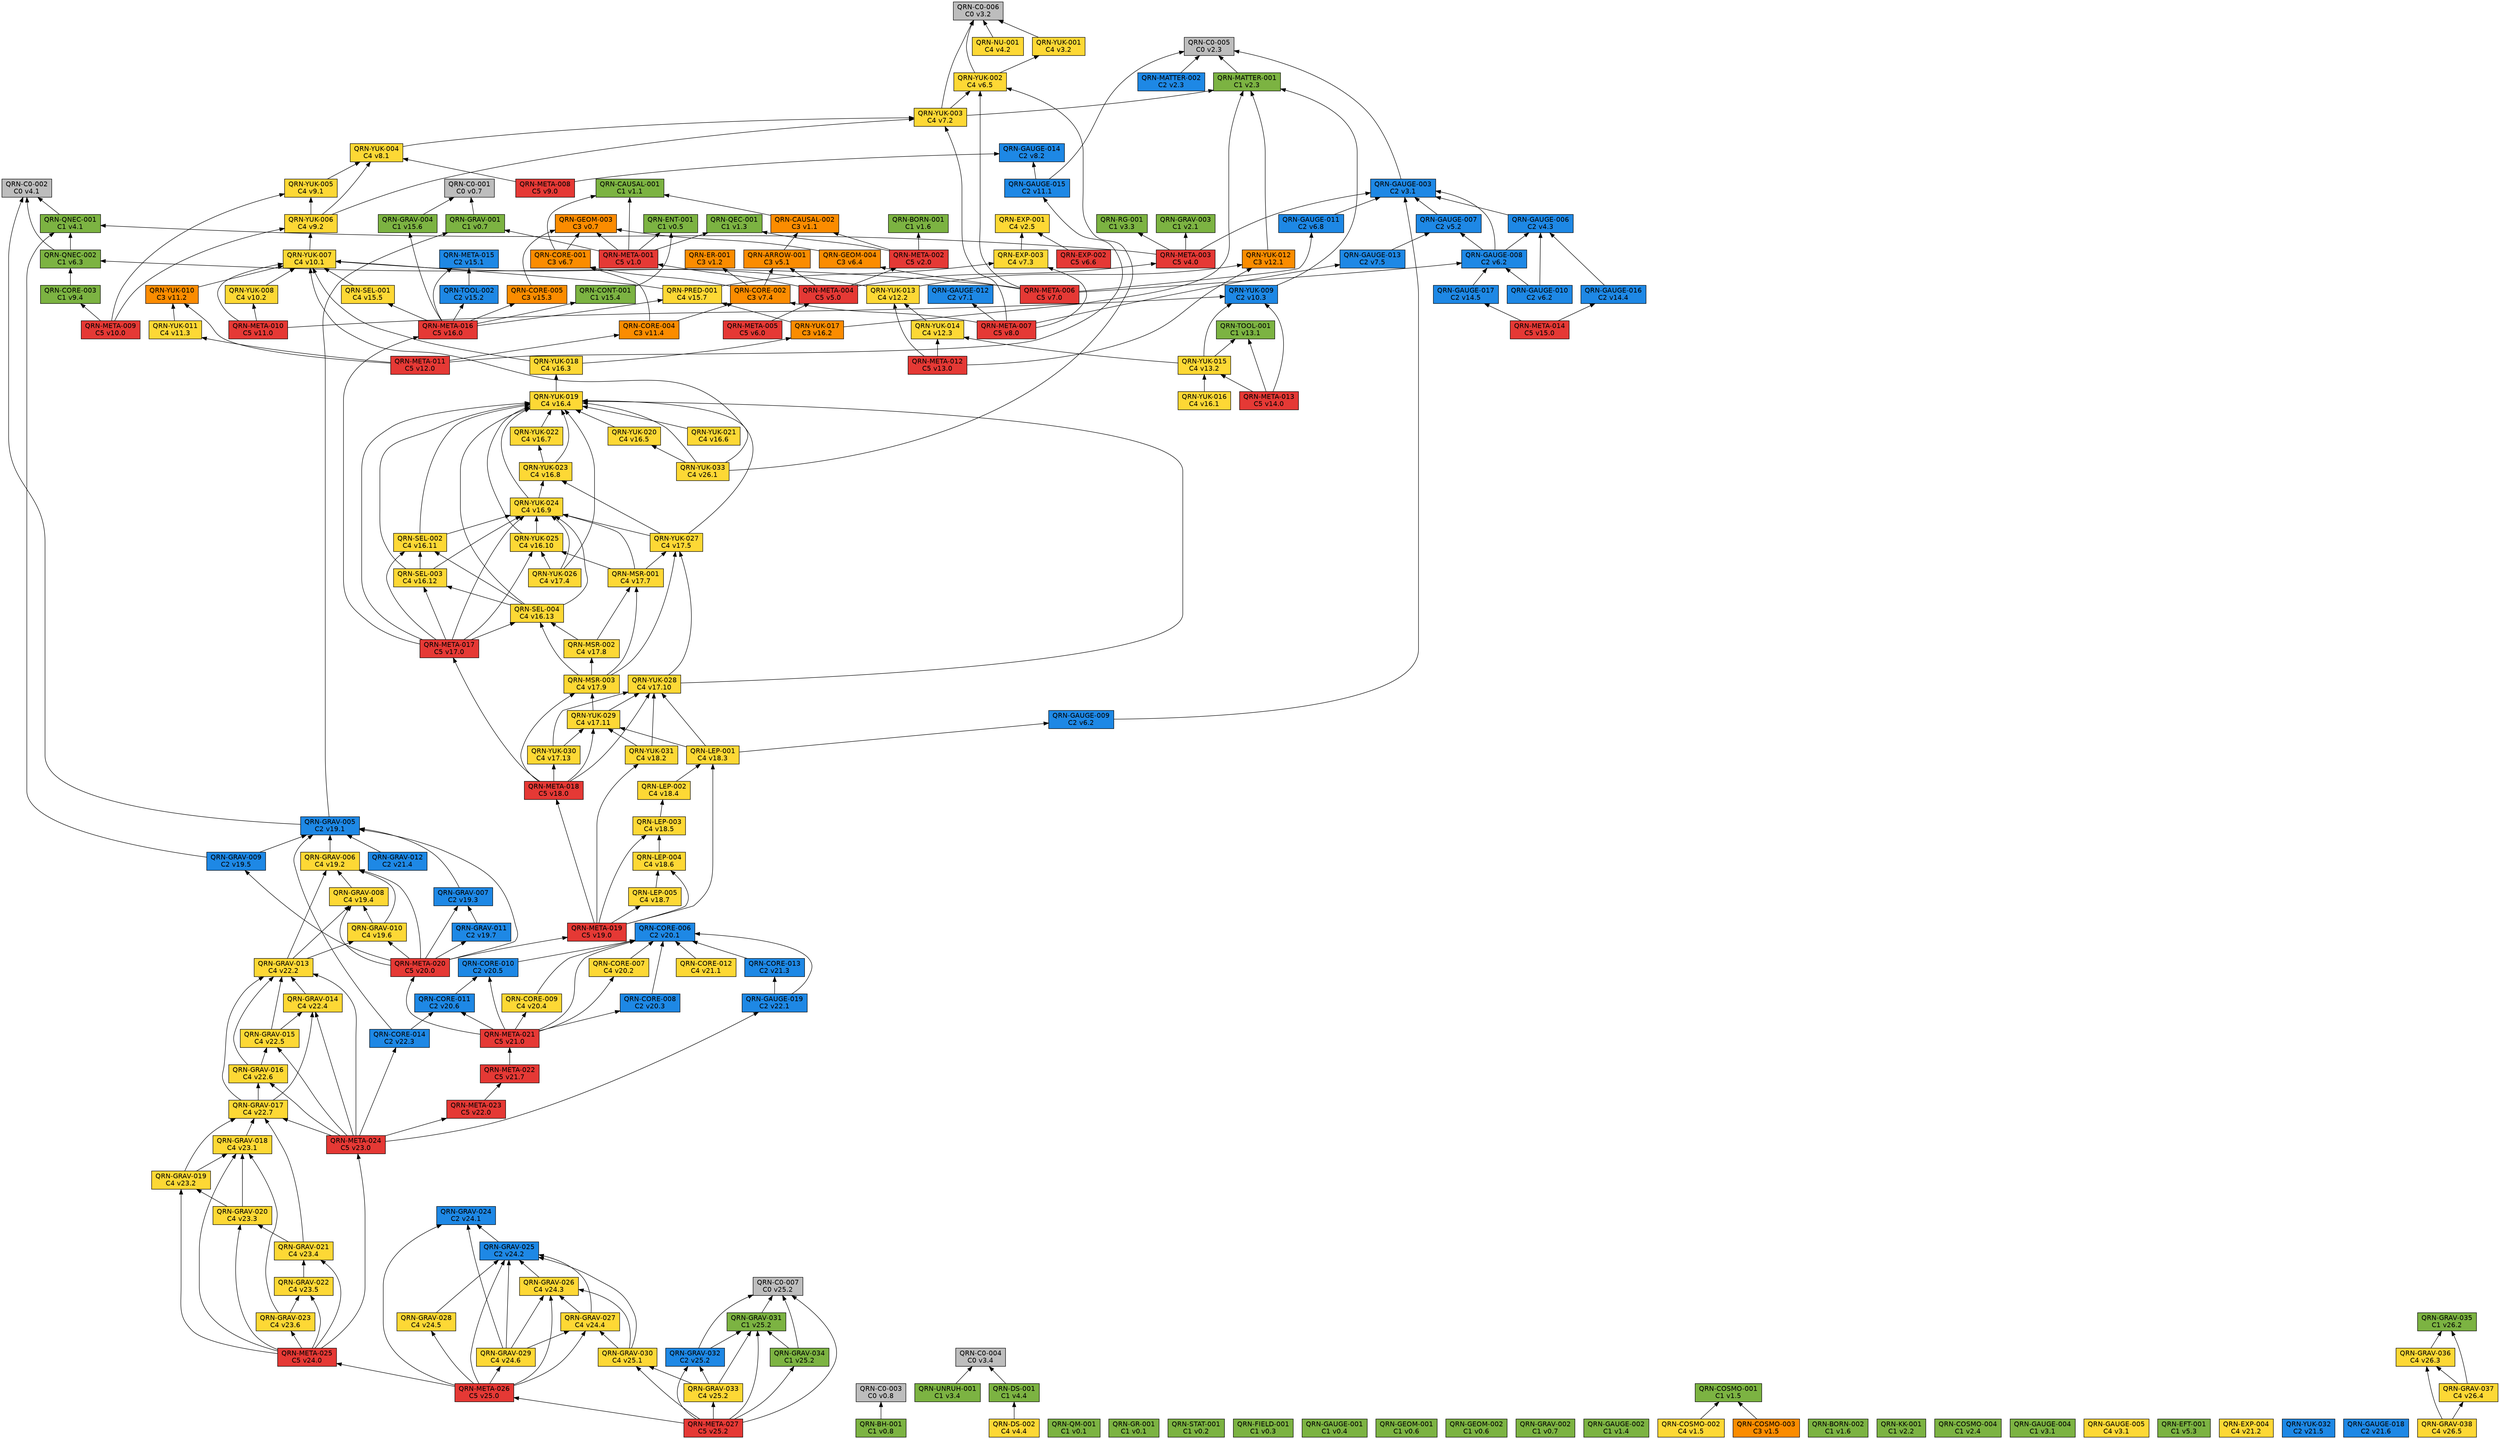
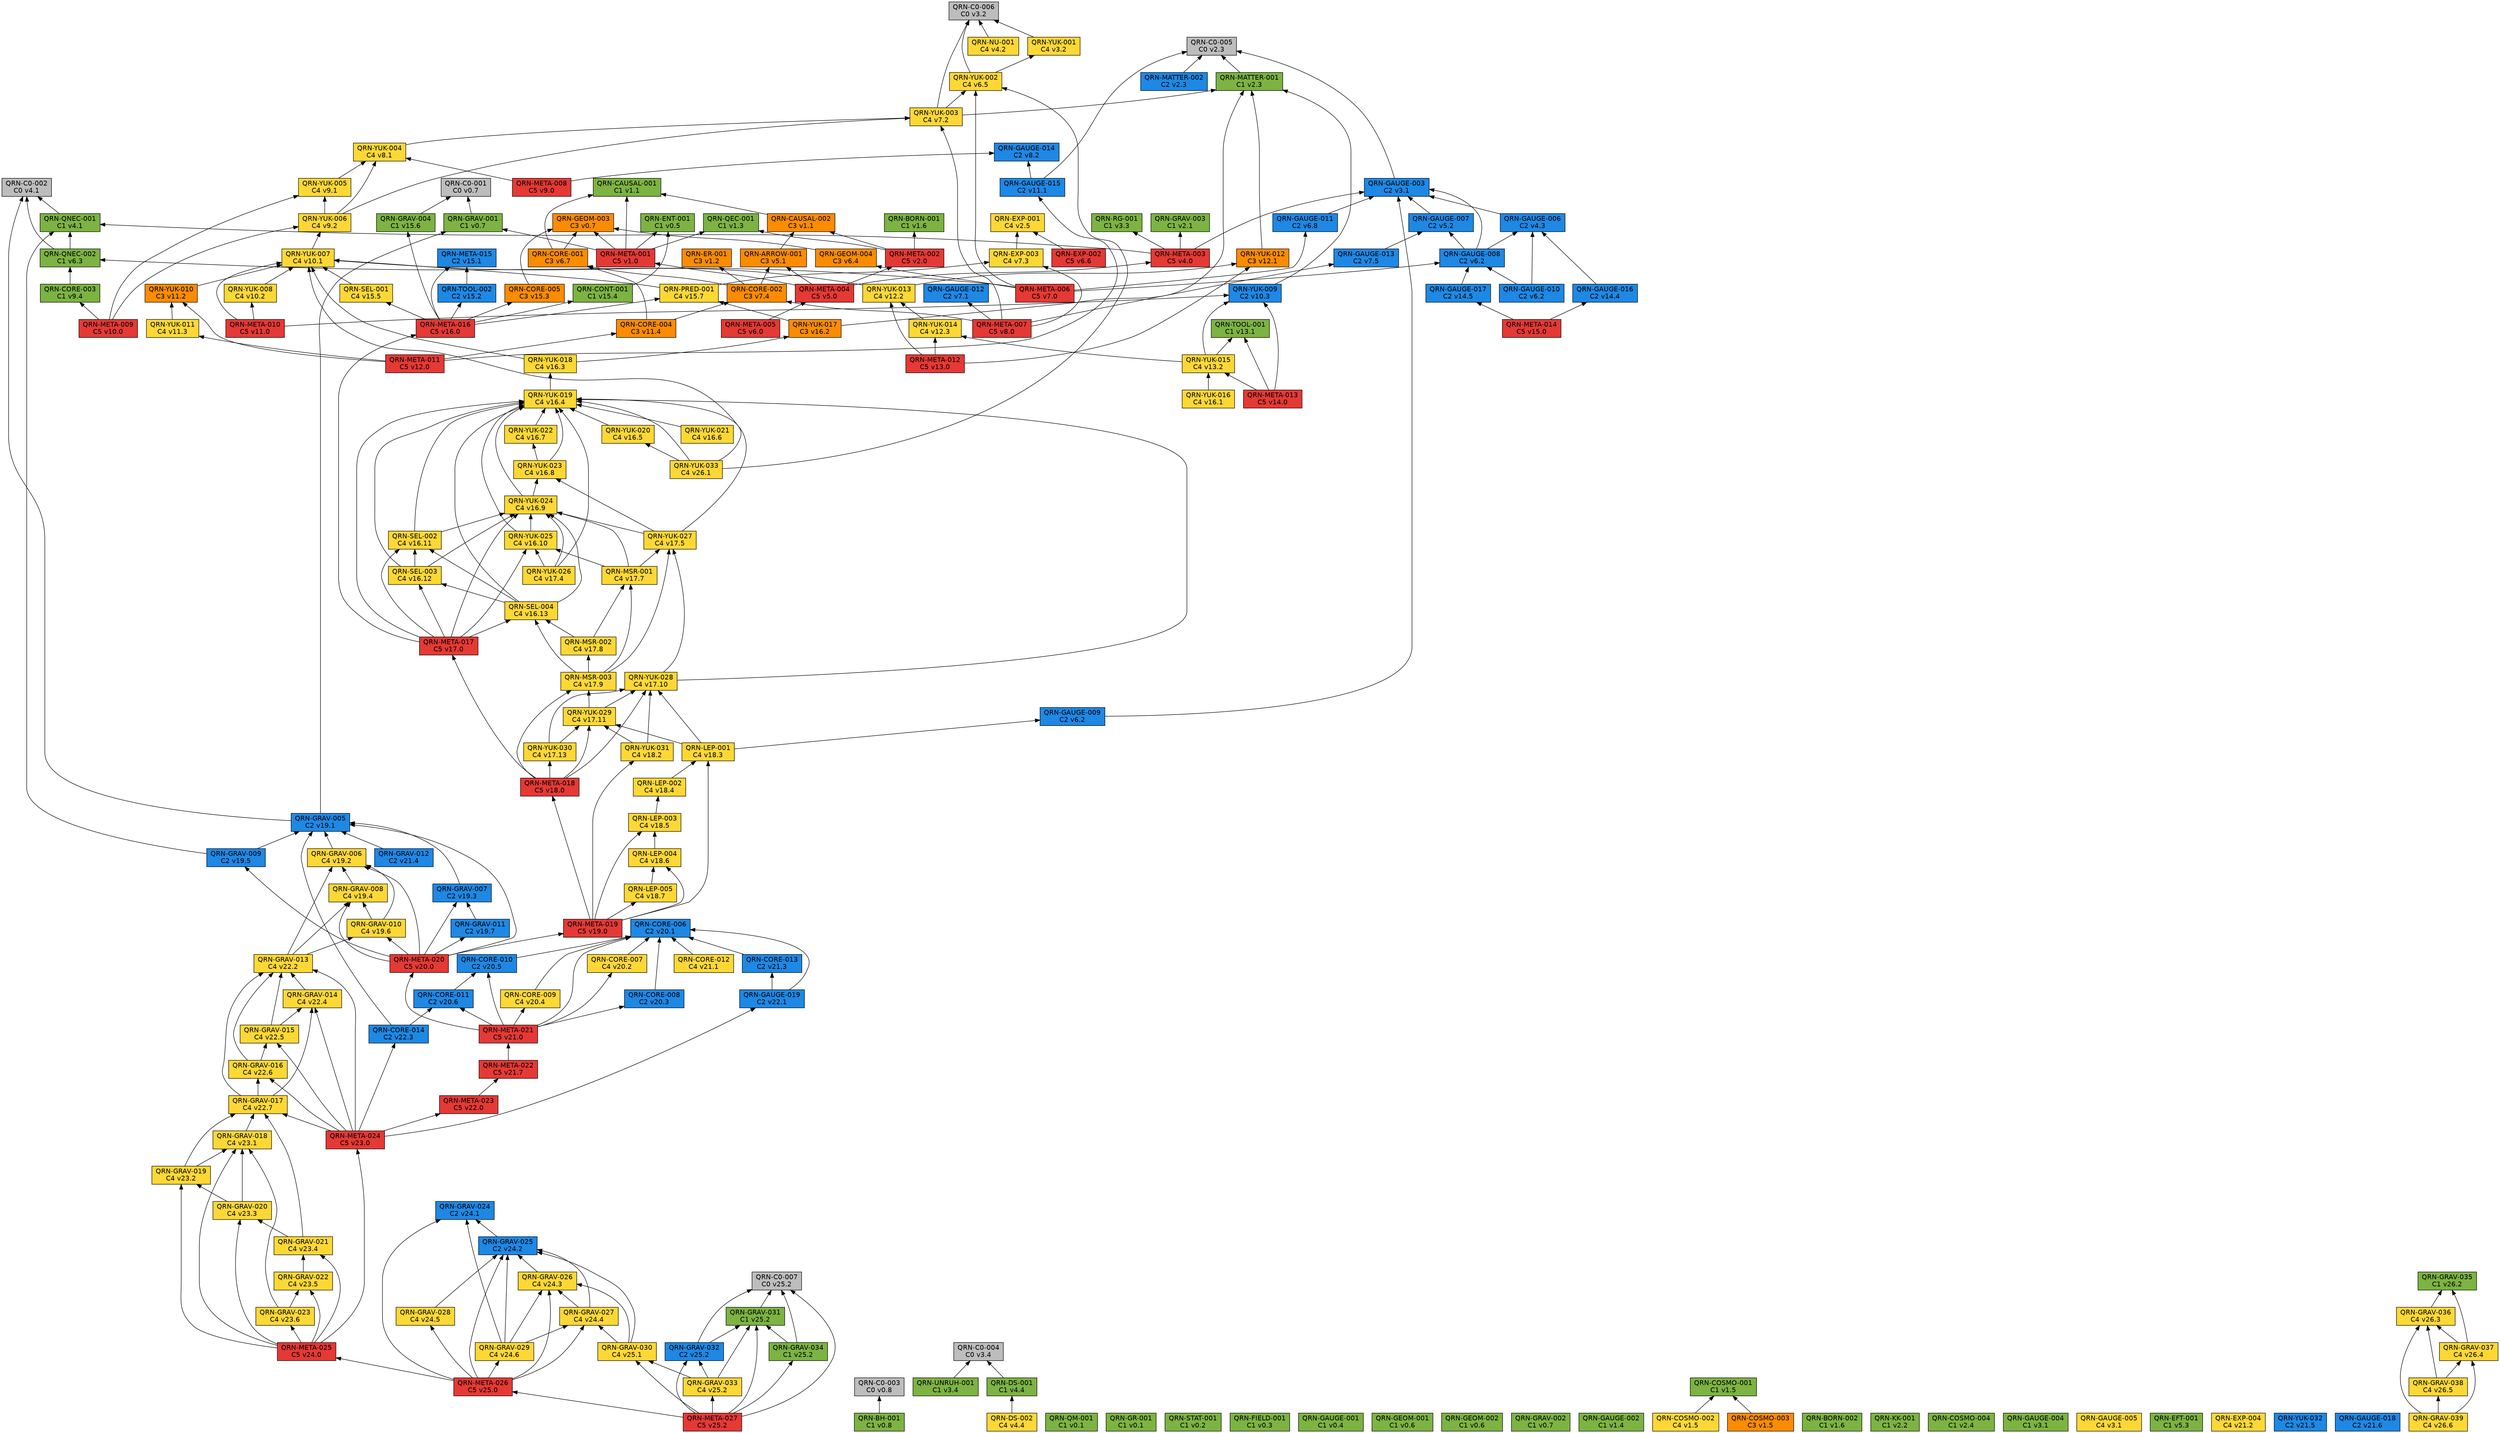
// 自動生成 (dag/report.pl) — QRN 主張依存グラフ
digraph qrn {
  rankdir=BT;
  node [shape=box, style=filled, fontname="Helvetica"];
  "QRN-C0-001" [fillcolor="#bdbdbd", label="QRN-C0-001\nC0 v0.7"];
  "QRN-C0-002" [fillcolor="#bdbdbd", label="QRN-C0-002\nC0 v4.1"];
  "QRN-C0-003" [fillcolor="#bdbdbd", label="QRN-C0-003\nC0 v0.8"];
  "QRN-C0-004" [fillcolor="#bdbdbd", label="QRN-C0-004\nC0 v3.4"];
  "QRN-C0-005" [fillcolor="#bdbdbd", label="QRN-C0-005\nC0 v2.3"];
  "QRN-C0-006" [fillcolor="#bdbdbd", label="QRN-C0-006\nC0 v3.2"];
  "QRN-QM-001" [fillcolor="#7cb342", label="QRN-QM-001\nC1 v0.1"];
  "QRN-GR-001" [fillcolor="#7cb342", label="QRN-GR-001\nC1 v0.1"];
  "QRN-STAT-001" [fillcolor="#7cb342", label="QRN-STAT-001\nC1 v0.2"];
  "QRN-FIELD-001" [fillcolor="#7cb342", label="QRN-FIELD-001\nC1 v0.3"];
  "QRN-GAUGE-001" [fillcolor="#7cb342", label="QRN-GAUGE-001\nC1 v0.4"];
  "QRN-ENT-001" [fillcolor="#7cb342", label="QRN-ENT-001\nC1 v0.5"];
  "QRN-GEOM-001" [fillcolor="#7cb342", label="QRN-GEOM-001\nC1 v0.6"];
  "QRN-GEOM-002" [fillcolor="#7cb342", label="QRN-GEOM-002\nC1 v0.6"];
  "QRN-GEOM-003" [fillcolor="#fb8c00", label="QRN-GEOM-003\nC3 v0.7"];
  "QRN-GRAV-001" [fillcolor="#7cb342", label="QRN-GRAV-001\nC1 v0.7"];
  "QRN-GRAV-002" [fillcolor="#7cb342", label="QRN-GRAV-002\nC1 v0.7"];
  "QRN-BH-001" [fillcolor="#7cb342", label="QRN-BH-001\nC1 v0.8"];
  "QRN-CAUSAL-001" [fillcolor="#7cb342", label="QRN-CAUSAL-001\nC1 v1.1"];
  "QRN-CAUSAL-002" [fillcolor="#fb8c00", label="QRN-CAUSAL-002\nC3 v1.1"];
  "QRN-ER-001" [fillcolor="#fb8c00", label="QRN-ER-001\nC3 v1.2"];
  "QRN-QEC-001" [fillcolor="#7cb342", label="QRN-QEC-001\nC1 v1.3"];
  "QRN-GAUGE-002" [fillcolor="#7cb342", label="QRN-GAUGE-002\nC1 v1.4"];
  "QRN-COSMO-001" [fillcolor="#7cb342", label="QRN-COSMO-001\nC1 v1.5"];
  "QRN-COSMO-002" [fillcolor="#fdd835", label="QRN-COSMO-002\nC4 v1.5"];
  "QRN-COSMO-003" [fillcolor="#fb8c00", label="QRN-COSMO-003\nC3 v1.5"];
  "QRN-BORN-001" [fillcolor="#7cb342", label="QRN-BORN-001\nC1 v1.6"];
  "QRN-BORN-002" [fillcolor="#7cb342", label="QRN-BORN-002\nC1 v1.6"];
  "QRN-GRAV-003" [fillcolor="#7cb342", label="QRN-GRAV-003\nC1 v2.1"];
  "QRN-KK-001" [fillcolor="#7cb342", label="QRN-KK-001\nC1 v2.2"];
  "QRN-MATTER-001" [fillcolor="#7cb342", label="QRN-MATTER-001\nC1 v2.3"];
  "QRN-MATTER-002" [fillcolor="#1e88e5", label="QRN-MATTER-002\nC2 v2.3"];
  "QRN-COSMO-004" [fillcolor="#7cb342", label="QRN-COSMO-004\nC1 v2.4"];
  "QRN-EXP-001" [fillcolor="#fdd835", label="QRN-EXP-001\nC4 v2.5"];
  "QRN-GAUGE-003" [fillcolor="#1e88e5", label="QRN-GAUGE-003\nC2 v3.1"];
  "QRN-GAUGE-004" [fillcolor="#7cb342", label="QRN-GAUGE-004\nC1 v3.1"];
  "QRN-GAUGE-005" [fillcolor="#fdd835", label="QRN-GAUGE-005\nC4 v3.1"];
  "QRN-YUK-001" [fillcolor="#fdd835", label="QRN-YUK-001\nC4 v3.2"];
  "QRN-RG-001" [fillcolor="#7cb342", label="QRN-RG-001\nC1 v3.3"];
  "QRN-UNRUH-001" [fillcolor="#7cb342", label="QRN-UNRUH-001\nC1 v3.4"];
  "QRN-QNEC-001" [fillcolor="#7cb342", label="QRN-QNEC-001\nC1 v4.1"];
  "QRN-NU-001" [fillcolor="#fdd835", label="QRN-NU-001\nC4 v4.2"];
  "QRN-GAUGE-006" [fillcolor="#1e88e5", label="QRN-GAUGE-006\nC2 v4.3"];
  "QRN-DS-001" [fillcolor="#7cb342", label="QRN-DS-001\nC1 v4.4"];
  "QRN-DS-002" [fillcolor="#fdd835", label="QRN-DS-002\nC4 v4.4"];
  "QRN-ARROW-001" [fillcolor="#fb8c00", label="QRN-ARROW-001\nC3 v5.1"];
  "QRN-GAUGE-007" [fillcolor="#1e88e5", label="QRN-GAUGE-007\nC2 v5.2"];
  "QRN-EFT-001" [fillcolor="#7cb342", label="QRN-EFT-001\nC1 v5.3"];
  "QRN-GAUGE-008" [fillcolor="#1e88e5", label="QRN-GAUGE-008\nC2 v6.2"];
  "QRN-GAUGE-009" [fillcolor="#1e88e5", label="QRN-GAUGE-009\nC2 v6.2"];
  "QRN-GAUGE-010" [fillcolor="#1e88e5", label="QRN-GAUGE-010\nC2 v6.2"];
  "QRN-QNEC-002" [fillcolor="#7cb342", label="QRN-QNEC-002\nC1 v6.3"];
  "QRN-GEOM-004" [fillcolor="#fb8c00", label="QRN-GEOM-004\nC3 v6.4"];
  "QRN-YUK-002" [fillcolor="#fdd835", label="QRN-YUK-002\nC4 v6.5"];
  "QRN-EXP-002" [fillcolor="#e53935", label="QRN-EXP-002\nC5 v6.6"];
  "QRN-CORE-001" [fillcolor="#fb8c00", label="QRN-CORE-001\nC3 v6.7"];
  "QRN-GAUGE-011" [fillcolor="#1e88e5", label="QRN-GAUGE-011\nC2 v6.8"];
  "QRN-GAUGE-012" [fillcolor="#1e88e5", label="QRN-GAUGE-012\nC2 v7.1"];
  "QRN-YUK-003" [fillcolor="#fdd835", label="QRN-YUK-003\nC4 v7.2"];
  "QRN-EXP-003" [fillcolor="#fdd835", label="QRN-EXP-003\nC4 v7.3"];
  "QRN-CORE-002" [fillcolor="#fb8c00", label="QRN-CORE-002\nC3 v7.4"];
  "QRN-GAUGE-013" [fillcolor="#1e88e5", label="QRN-GAUGE-013\nC2 v7.5"];
  "QRN-YUK-004" [fillcolor="#fdd835", label="QRN-YUK-004\nC4 v8.1"];
  "QRN-GAUGE-014" [fillcolor="#1e88e5", label="QRN-GAUGE-014\nC2 v8.2"];
  "QRN-META-001" [fillcolor="#e53935", label="QRN-META-001\nC5 v1.0"];
  "QRN-META-002" [fillcolor="#e53935", label="QRN-META-002\nC5 v2.0"];
  "QRN-META-003" [fillcolor="#e53935", label="QRN-META-003\nC5 v4.0"];
  "QRN-META-004" [fillcolor="#e53935", label="QRN-META-004\nC5 v5.0"];
  "QRN-META-005" [fillcolor="#e53935", label="QRN-META-005\nC5 v6.0"];
  "QRN-META-006" [fillcolor="#e53935", label="QRN-META-006\nC5 v7.0"];
  "QRN-META-007" [fillcolor="#e53935", label="QRN-META-007\nC5 v8.0"];
  "QRN-META-008" [fillcolor="#e53935", label="QRN-META-008\nC5 v9.0"];
  "QRN-YUK-005" [fillcolor="#fdd835", label="QRN-YUK-005\nC4 v9.1"];
  "QRN-YUK-006" [fillcolor="#fdd835", label="QRN-YUK-006\nC4 v9.2"];
  "QRN-CORE-003" [fillcolor="#7cb342", label="QRN-CORE-003\nC1 v9.4"];
  "QRN-META-009" [fillcolor="#e53935", label="QRN-META-009\nC5 v10.0"];
  "QRN-YUK-007" [fillcolor="#fdd835", label="QRN-YUK-007\nC4 v10.1"];
  "QRN-YUK-008" [fillcolor="#fdd835", label="QRN-YUK-008\nC4 v10.2"];
  "QRN-YUK-009" [fillcolor="#1e88e5", label="QRN-YUK-009\nC2 v10.3"];
  "QRN-META-010" [fillcolor="#e53935", label="QRN-META-010\nC5 v11.0"];
  "QRN-GAUGE-015" [fillcolor="#1e88e5", label="QRN-GAUGE-015\nC2 v11.1"];
  "QRN-YUK-010" [fillcolor="#fb8c00", label="QRN-YUK-010\nC3 v11.2"];
  "QRN-YUK-011" [fillcolor="#fdd835", label="QRN-YUK-011\nC4 v11.3"];
  "QRN-CORE-004" [fillcolor="#fb8c00", label="QRN-CORE-004\nC3 v11.4"];
  "QRN-META-011" [fillcolor="#e53935", label="QRN-META-011\nC5 v12.0"];
  "QRN-YUK-012" [fillcolor="#fb8c00", label="QRN-YUK-012\nC3 v12.1"];
  "QRN-YUK-013" [fillcolor="#fdd835", label="QRN-YUK-013\nC4 v12.2"];
  "QRN-YUK-014" [fillcolor="#fdd835", label="QRN-YUK-014\nC4 v12.3"];
  "QRN-META-012" [fillcolor="#e53935", label="QRN-META-012\nC5 v13.0"];
  "QRN-TOOL-001" [fillcolor="#7cb342", label="QRN-TOOL-001\nC1 v13.1"];
  "QRN-YUK-015" [fillcolor="#fdd835", label="QRN-YUK-015\nC4 v13.2"];
  "QRN-META-013" [fillcolor="#e53935", label="QRN-META-013\nC5 v14.0"];
  "QRN-GAUGE-016" [fillcolor="#1e88e5", label="QRN-GAUGE-016\nC2 v14.4"];
  "QRN-GAUGE-017" [fillcolor="#1e88e5", label="QRN-GAUGE-017\nC2 v14.5"];
  "QRN-META-014" [fillcolor="#e53935", label="QRN-META-014\nC5 v15.0"];
  "QRN-META-015" [fillcolor="#1e88e5", label="QRN-META-015\nC2 v15.1"];
  "QRN-TOOL-002" [fillcolor="#1e88e5", label="QRN-TOOL-002\nC2 v15.2"];
  "QRN-CORE-005" [fillcolor="#fb8c00", label="QRN-CORE-005\nC3 v15.3"];
  "QRN-CONT-001" [fillcolor="#7cb342", label="QRN-CONT-001\nC1 v15.4"];
  "QRN-SEL-001" [fillcolor="#fdd835", label="QRN-SEL-001\nC4 v15.5"];
  "QRN-GRAV-004" [fillcolor="#7cb342", label="QRN-GRAV-004\nC1 v15.6"];
  "QRN-PRED-001" [fillcolor="#fdd835", label="QRN-PRED-001\nC4 v15.7"];
  "QRN-META-016" [fillcolor="#e53935", label="QRN-META-016\nC5 v16.0"];
  "QRN-YUK-016" [fillcolor="#fdd835", label="QRN-YUK-016\nC4 v16.1"];
  "QRN-YUK-017" [fillcolor="#fb8c00", label="QRN-YUK-017\nC3 v16.2"];
  "QRN-YUK-018" [fillcolor="#fdd835", label="QRN-YUK-018\nC4 v16.3"];
  "QRN-YUK-019" [fillcolor="#fdd835", label="QRN-YUK-019\nC4 v16.4"];
  "QRN-YUK-020" [fillcolor="#fdd835", label="QRN-YUK-020\nC4 v16.5"];
  "QRN-YUK-021" [fillcolor="#fdd835", label="QRN-YUK-021\nC4 v16.6"];
  "QRN-YUK-022" [fillcolor="#fdd835", label="QRN-YUK-022\nC4 v16.7"];
  "QRN-YUK-023" [fillcolor="#fdd835", label="QRN-YUK-023\nC4 v16.8"];
  "QRN-YUK-024" [fillcolor="#fdd835", label="QRN-YUK-024\nC4 v16.9"];
  "QRN-YUK-025" [fillcolor="#fdd835", label="QRN-YUK-025\nC4 v16.10"];
  "QRN-SEL-002" [fillcolor="#fdd835", label="QRN-SEL-002\nC4 v16.11"];
  "QRN-SEL-003" [fillcolor="#fdd835", label="QRN-SEL-003\nC4 v16.12"];
  "QRN-SEL-004" [fillcolor="#fdd835", label="QRN-SEL-004\nC4 v16.13"];
  "QRN-META-017" [fillcolor="#e53935", label="QRN-META-017\nC5 v17.0"];
  "QRN-YUK-026" [fillcolor="#fdd835", label="QRN-YUK-026\nC4 v17.4"];
  "QRN-YUK-027" [fillcolor="#fdd835", label="QRN-YUK-027\nC4 v17.5"];
  "QRN-MSR-001" [fillcolor="#fdd835", label="QRN-MSR-001\nC4 v17.7"];
  "QRN-MSR-002" [fillcolor="#fdd835", label="QRN-MSR-002\nC4 v17.8"];
  "QRN-MSR-003" [fillcolor="#fdd835", label="QRN-MSR-003\nC4 v17.9"];
  "QRN-YUK-028" [fillcolor="#fdd835", label="QRN-YUK-028\nC4 v17.10"];
  "QRN-YUK-029" [fillcolor="#fdd835", label="QRN-YUK-029\nC4 v17.11"];
  "QRN-YUK-030" [fillcolor="#fdd835", label="QRN-YUK-030\nC4 v17.13"];
  "QRN-META-018" [fillcolor="#e53935", label="QRN-META-018\nC5 v18.0"];
  "QRN-YUK-031" [fillcolor="#fdd835", label="QRN-YUK-031\nC4 v18.2"];
  "QRN-LEP-001" [fillcolor="#fdd835", label="QRN-LEP-001\nC4 v18.3"];
  "QRN-LEP-002" [fillcolor="#fdd835", label="QRN-LEP-002\nC4 v18.4"];
  "QRN-LEP-003" [fillcolor="#fdd835", label="QRN-LEP-003\nC4 v18.5"];
  "QRN-LEP-004" [fillcolor="#fdd835", label="QRN-LEP-004\nC4 v18.6"];
  "QRN-LEP-005" [fillcolor="#fdd835", label="QRN-LEP-005\nC4 v18.7"];
  "QRN-META-019" [fillcolor="#e53935", label="QRN-META-019\nC5 v19.0"];
  "QRN-GRAV-005" [fillcolor="#1e88e5", label="QRN-GRAV-005\nC2 v19.1"];
  "QRN-GRAV-006" [fillcolor="#fdd835", label="QRN-GRAV-006\nC4 v19.2"];
  "QRN-GRAV-007" [fillcolor="#1e88e5", label="QRN-GRAV-007\nC2 v19.3"];
  "QRN-GRAV-008" [fillcolor="#fdd835", label="QRN-GRAV-008\nC4 v19.4"];
  "QRN-GRAV-009" [fillcolor="#1e88e5", label="QRN-GRAV-009\nC2 v19.5"];
  "QRN-GRAV-010" [fillcolor="#fdd835", label="QRN-GRAV-010\nC4 v19.6"];
  "QRN-GRAV-011" [fillcolor="#1e88e5", label="QRN-GRAV-011\nC2 v19.7"];
  "QRN-META-020" [fillcolor="#e53935", label="QRN-META-020\nC5 v20.0"];
  "QRN-CORE-006" [fillcolor="#1e88e5", label="QRN-CORE-006\nC2 v20.1"];
  "QRN-CORE-007" [fillcolor="#fdd835", label="QRN-CORE-007\nC4 v20.2"];
  "QRN-CORE-008" [fillcolor="#1e88e5", label="QRN-CORE-008\nC2 v20.3"];
  "QRN-CORE-009" [fillcolor="#fdd835", label="QRN-CORE-009\nC4 v20.4"];
  "QRN-CORE-010" [fillcolor="#1e88e5", label="QRN-CORE-010\nC2 v20.5"];
  "QRN-CORE-011" [fillcolor="#1e88e5", label="QRN-CORE-011\nC2 v20.6"];
  "QRN-META-021" [fillcolor="#e53935", label="QRN-META-021\nC5 v21.0"];
  "QRN-CORE-012" [fillcolor="#fdd835", label="QRN-CORE-012\nC4 v21.1"];
  "QRN-EXP-004" [fillcolor="#fdd835", label="QRN-EXP-004\nC4 v21.2"];
  "QRN-CORE-013" [fillcolor="#1e88e5", label="QRN-CORE-013\nC2 v21.3"];
  "QRN-GRAV-012" [fillcolor="#1e88e5", label="QRN-GRAV-012\nC2 v21.4"];
  "QRN-YUK-032" [fillcolor="#1e88e5", label="QRN-YUK-032\nC2 v21.5"];
  "QRN-GAUGE-018" [fillcolor="#1e88e5", label="QRN-GAUGE-018\nC2 v21.6"];
  "QRN-META-022" [fillcolor="#e53935", label="QRN-META-022\nC5 v21.7"];
  "QRN-META-023" [fillcolor="#e53935", label="QRN-META-023\nC5 v22.0"];
  "QRN-CORE-014" [fillcolor="#1e88e5", label="QRN-CORE-014\nC2 v22.3"];
  "QRN-GRAV-013" [fillcolor="#fdd835", label="QRN-GRAV-013\nC4 v22.2"];
  "QRN-GRAV-014" [fillcolor="#fdd835", label="QRN-GRAV-014\nC4 v22.4"];
  "QRN-GRAV-015" [fillcolor="#fdd835", label="QRN-GRAV-015\nC4 v22.5"];
  "QRN-GRAV-016" [fillcolor="#fdd835", label="QRN-GRAV-016\nC4 v22.6"];
  "QRN-GRAV-017" [fillcolor="#fdd835", label="QRN-GRAV-017\nC4 v22.7"];
  "QRN-GAUGE-019" [fillcolor="#1e88e5", label="QRN-GAUGE-019\nC2 v22.1"];
  "QRN-META-024" [fillcolor="#e53935", label="QRN-META-024\nC5 v23.0"];
  "QRN-GRAV-018" [fillcolor="#fdd835", label="QRN-GRAV-018\nC4 v23.1"];
  "QRN-GRAV-019" [fillcolor="#fdd835", label="QRN-GRAV-019\nC4 v23.2"];
  "QRN-GRAV-020" [fillcolor="#fdd835", label="QRN-GRAV-020\nC4 v23.3"];
  "QRN-GRAV-021" [fillcolor="#fdd835", label="QRN-GRAV-021\nC4 v23.4"];
  "QRN-GRAV-022" [fillcolor="#fdd835", label="QRN-GRAV-022\nC4 v23.5"];
  "QRN-GRAV-023" [fillcolor="#fdd835", label="QRN-GRAV-023\nC4 v23.6"];
  "QRN-META-025" [fillcolor="#e53935", label="QRN-META-025\nC5 v24.0"];
  "QRN-GRAV-024" [fillcolor="#1e88e5", label="QRN-GRAV-024\nC2 v24.1"];
  "QRN-GRAV-025" [fillcolor="#1e88e5", label="QRN-GRAV-025\nC2 v24.2"];
  "QRN-GRAV-026" [fillcolor="#fdd835", label="QRN-GRAV-026\nC4 v24.3"];
  "QRN-GRAV-027" [fillcolor="#fdd835", label="QRN-GRAV-027\nC4 v24.4"];
  "QRN-GRAV-028" [fillcolor="#fdd835", label="QRN-GRAV-028\nC4 v24.5"];
  "QRN-GRAV-029" [fillcolor="#fdd835", label="QRN-GRAV-029\nC4 v24.6"];
  "QRN-META-026" [fillcolor="#e53935", label="QRN-META-026\nC5 v25.0"];
  "QRN-GRAV-030" [fillcolor="#fdd835", label="QRN-GRAV-030\nC4 v25.1"];
  "QRN-C0-007" [fillcolor="#bdbdbd", label="QRN-C0-007\nC0 v25.2"];
  "QRN-GRAV-031" [fillcolor="#7cb342", label="QRN-GRAV-031\nC1 v25.2"];
  "QRN-GRAV-032" [fillcolor="#1e88e5", label="QRN-GRAV-032\nC2 v25.2"];
  "QRN-GRAV-033" [fillcolor="#fdd835", label="QRN-GRAV-033\nC4 v25.2"];
  "QRN-GRAV-034" [fillcolor="#7cb342", label="QRN-GRAV-034\nC1 v25.2"];
  "QRN-META-027" [fillcolor="#e53935", label="QRN-META-027\nC5 v25.2"];
  "QRN-YUK-033" [fillcolor="#fdd835", label="QRN-YUK-033\nC4 v26.1"];
  "QRN-GRAV-035" [fillcolor="#7cb342", label="QRN-GRAV-035\nC1 v26.2"];
  "QRN-GRAV-036" [fillcolor="#fdd835", label="QRN-GRAV-036\nC4 v26.3"];
  "QRN-GRAV-037" [fillcolor="#fdd835", label="QRN-GRAV-037\nC4 v26.4"];
  "QRN-GRAV-038" [fillcolor="#fdd835", label="QRN-GRAV-038\nC4 v26.5"];
+   "QRN-GRAV-039" [fillcolor="#fdd835", label="QRN-GRAV-039\nC4 v26.6"];
  "QRN-GRAV-001" -> "QRN-C0-001";
  "QRN-BH-001" -> "QRN-C0-003";
  "QRN-CAUSAL-002" -> "QRN-CAUSAL-001";
  "QRN-COSMO-002" -> "QRN-COSMO-001";
  "QRN-COSMO-003" -> "QRN-COSMO-001";
  "QRN-MATTER-001" -> "QRN-C0-005";
  "QRN-MATTER-002" -> "QRN-C0-005";
  "QRN-GAUGE-003" -> "QRN-C0-005";
  "QRN-YUK-001" -> "QRN-C0-006";
  "QRN-UNRUH-001" -> "QRN-C0-004";
  "QRN-QNEC-001" -> "QRN-C0-002";
  "QRN-NU-001" -> "QRN-C0-006";
  "QRN-GAUGE-006" -> "QRN-GAUGE-003";
  "QRN-DS-001" -> "QRN-C0-004";
  "QRN-DS-002" -> "QRN-DS-001";
  "QRN-ARROW-001" -> "QRN-CAUSAL-002";
  "QRN-GAUGE-007" -> "QRN-GAUGE-003";
  "QRN-GAUGE-008" -> "QRN-GAUGE-003";
  "QRN-GAUGE-008" -> "QRN-GAUGE-006";
  "QRN-GAUGE-008" -> "QRN-GAUGE-007";
  "QRN-GAUGE-009" -> "QRN-GAUGE-003";
  "QRN-GAUGE-010" -> "QRN-GAUGE-006";
  "QRN-GAUGE-010" -> "QRN-GAUGE-008";
  "QRN-QNEC-002" -> "QRN-C0-002";
  "QRN-QNEC-002" -> "QRN-QNEC-001";
  "QRN-GEOM-004" -> "QRN-GEOM-003";
  "QRN-YUK-002" -> "QRN-C0-006";
  "QRN-YUK-002" -> "QRN-YUK-001";
  "QRN-EXP-002" -> "QRN-EXP-001";
  "QRN-CORE-001" -> "QRN-GEOM-003";
  "QRN-CORE-001" -> "QRN-CAUSAL-001";
  "QRN-GAUGE-011" -> "QRN-GAUGE-003";
  "QRN-YUK-003" -> "QRN-C0-006";
  "QRN-YUK-003" -> "QRN-MATTER-001";
  "QRN-YUK-003" -> "QRN-YUK-002";
  "QRN-EXP-003" -> "QRN-EXP-001";
  "QRN-CORE-002" -> "QRN-CORE-001";
  "QRN-CORE-002" -> "QRN-ER-001";
  "QRN-CORE-002" -> "QRN-ARROW-001";
  "QRN-GAUGE-013" -> "QRN-GAUGE-007";
  "QRN-YUK-004" -> "QRN-YUK-003";
  "QRN-META-001" -> "QRN-GEOM-003";
  "QRN-META-001" -> "QRN-GRAV-001";
  "QRN-META-001" -> "QRN-CAUSAL-001";
  "QRN-META-001" -> "QRN-QEC-001";
  "QRN-META-001" -> "QRN-ENT-001";
  "QRN-META-002" -> "QRN-QEC-001";
  "QRN-META-002" -> "QRN-BORN-001";
  "QRN-META-002" -> "QRN-CAUSAL-002";
  "QRN-META-003" -> "QRN-GAUGE-003";
  "QRN-META-003" -> "QRN-RG-001";
  "QRN-META-003" -> "QRN-QNEC-001";
  "QRN-META-003" -> "QRN-GRAV-003";
  "QRN-META-004" -> "QRN-META-001";
  "QRN-META-004" -> "QRN-META-002";
  "QRN-META-004" -> "QRN-META-003";
  "QRN-META-004" -> "QRN-ARROW-001";
  "QRN-META-005" -> "QRN-META-004";
  "QRN-META-006" -> "QRN-GAUGE-008";
  "QRN-META-006" -> "QRN-QNEC-002";
  "QRN-META-006" -> "QRN-GEOM-004";
  "QRN-META-006" -> "QRN-YUK-002";
  "QRN-META-006" -> "QRN-GAUGE-011";
  "QRN-META-007" -> "QRN-GAUGE-012";
  "QRN-META-007" -> "QRN-YUK-003";
  "QRN-META-007" -> "QRN-EXP-003";
  "QRN-META-007" -> "QRN-CORE-002";
  "QRN-META-007" -> "QRN-GAUGE-013";
  "QRN-META-008" -> "QRN-YUK-004";
  "QRN-META-008" -> "QRN-GAUGE-014";
  "QRN-YUK-005" -> "QRN-YUK-004";
  "QRN-YUK-006" -> "QRN-YUK-003";
  "QRN-YUK-006" -> "QRN-YUK-004";
  "QRN-YUK-006" -> "QRN-YUK-005";
  "QRN-CORE-003" -> "QRN-QNEC-002";
  "QRN-META-009" -> "QRN-YUK-005";
  "QRN-META-009" -> "QRN-YUK-006";
  "QRN-META-009" -> "QRN-CORE-003";
  "QRN-YUK-007" -> "QRN-YUK-006";
  "QRN-YUK-008" -> "QRN-YUK-007";
  "QRN-YUK-009" -> "QRN-MATTER-001";
  "QRN-META-010" -> "QRN-YUK-007";
  "QRN-META-010" -> "QRN-YUK-008";
  "QRN-META-010" -> "QRN-YUK-009";
  "QRN-GAUGE-015" -> "QRN-C0-005";
  "QRN-GAUGE-015" -> "QRN-GAUGE-014";
  "QRN-YUK-010" -> "QRN-YUK-007";
  "QRN-YUK-011" -> "QRN-YUK-010";
  "QRN-CORE-004" -> "QRN-CORE-001";
  "QRN-CORE-004" -> "QRN-CORE-002";
  "QRN-META-011" -> "QRN-GAUGE-015";
  "QRN-META-011" -> "QRN-YUK-010";
  "QRN-META-011" -> "QRN-YUK-011";
  "QRN-META-011" -> "QRN-CORE-004";
  "QRN-YUK-012" -> "QRN-MATTER-001";
  "QRN-YUK-013" -> "QRN-YUK-012";
  "QRN-YUK-013" -> "QRN-YUK-007";
  "QRN-YUK-014" -> "QRN-YUK-013";
  "QRN-META-012" -> "QRN-YUK-012";
  "QRN-META-012" -> "QRN-YUK-013";
  "QRN-META-012" -> "QRN-YUK-014";
  "QRN-YUK-015" -> "QRN-YUK-014";
  "QRN-YUK-015" -> "QRN-TOOL-001";
  "QRN-YUK-015" -> "QRN-YUK-009";
  "QRN-META-013" -> "QRN-YUK-015";
  "QRN-META-013" -> "QRN-TOOL-001";
  "QRN-META-013" -> "QRN-YUK-009";
  "QRN-GAUGE-016" -> "QRN-GAUGE-006";
  "QRN-GAUGE-017" -> "QRN-GAUGE-008";
  "QRN-META-014" -> "QRN-GAUGE-016";
  "QRN-META-014" -> "QRN-GAUGE-017";
  "QRN-TOOL-002" -> "QRN-META-015";
  "QRN-CORE-005" -> "QRN-GEOM-003";
  "QRN-CONT-001" -> "QRN-ENT-001";
  "QRN-SEL-001" -> "QRN-YUK-007";
  "QRN-GRAV-004" -> "QRN-C0-001";
  "QRN-PRED-001" -> "QRN-YUK-007";
  "QRN-PRED-001" -> "QRN-EXP-003";
  "QRN-META-016" -> "QRN-META-015";
  "QRN-META-016" -> "QRN-TOOL-002";
  "QRN-META-016" -> "QRN-CORE-005";
  "QRN-META-016" -> "QRN-CONT-001";
  "QRN-META-016" -> "QRN-SEL-001";
  "QRN-META-016" -> "QRN-GRAV-004";
  "QRN-META-016" -> "QRN-PRED-001";
  "QRN-YUK-016" -> "QRN-YUK-015";
  "QRN-YUK-017" -> "QRN-MATTER-001";
  "QRN-YUK-017" -> "QRN-PRED-001";
  "QRN-YUK-018" -> "QRN-YUK-017";
  "QRN-YUK-018" -> "QRN-YUK-007";
  "QRN-YUK-019" -> "QRN-YUK-018";
  "QRN-YUK-020" -> "QRN-YUK-019";
  "QRN-YUK-021" -> "QRN-YUK-019";
  "QRN-YUK-022" -> "QRN-YUK-019";
  "QRN-YUK-023" -> "QRN-YUK-019";
  "QRN-YUK-023" -> "QRN-YUK-022";
  "QRN-YUK-024" -> "QRN-YUK-019";
  "QRN-YUK-024" -> "QRN-YUK-023";
  "QRN-YUK-025" -> "QRN-YUK-019";
  "QRN-YUK-025" -> "QRN-YUK-024";
  "QRN-SEL-002" -> "QRN-YUK-019";
  "QRN-SEL-002" -> "QRN-YUK-024";
  "QRN-SEL-003" -> "QRN-YUK-019";
  "QRN-SEL-003" -> "QRN-YUK-024";
  "QRN-SEL-003" -> "QRN-SEL-002";
  "QRN-SEL-004" -> "QRN-YUK-019";
  "QRN-SEL-004" -> "QRN-YUK-024";
  "QRN-SEL-004" -> "QRN-SEL-002";
  "QRN-SEL-004" -> "QRN-SEL-003";
  "QRN-META-017" -> "QRN-META-016";
  "QRN-META-017" -> "QRN-YUK-019";
  "QRN-META-017" -> "QRN-YUK-024";
  "QRN-META-017" -> "QRN-YUK-025";
  "QRN-META-017" -> "QRN-SEL-002";
  "QRN-META-017" -> "QRN-SEL-003";
  "QRN-META-017" -> "QRN-SEL-004";
  "QRN-YUK-026" -> "QRN-YUK-019";
  "QRN-YUK-026" -> "QRN-YUK-024";
  "QRN-YUK-026" -> "QRN-YUK-025";
  "QRN-YUK-027" -> "QRN-YUK-019";
  "QRN-YUK-027" -> "QRN-YUK-023";
  "QRN-YUK-027" -> "QRN-YUK-024";
  "QRN-MSR-001" -> "QRN-YUK-024";
  "QRN-MSR-001" -> "QRN-YUK-025";
  "QRN-MSR-001" -> "QRN-YUK-027";
  "QRN-MSR-002" -> "QRN-SEL-004";
  "QRN-MSR-002" -> "QRN-MSR-001";
  "QRN-MSR-003" -> "QRN-MSR-001";
  "QRN-MSR-003" -> "QRN-MSR-002";
  "QRN-MSR-003" -> "QRN-SEL-004";
  "QRN-MSR-003" -> "QRN-YUK-027";
  "QRN-YUK-028" -> "QRN-YUK-019";
  "QRN-YUK-028" -> "QRN-YUK-027";
  "QRN-YUK-029" -> "QRN-YUK-028";
  "QRN-YUK-029" -> "QRN-MSR-003";
  "QRN-YUK-030" -> "QRN-YUK-028";
  "QRN-YUK-030" -> "QRN-YUK-029";
  "QRN-META-018" -> "QRN-META-017";
  "QRN-META-018" -> "QRN-MSR-003";
  "QRN-META-018" -> "QRN-YUK-028";
  "QRN-META-018" -> "QRN-YUK-029";
  "QRN-META-018" -> "QRN-YUK-030";
  "QRN-YUK-031" -> "QRN-YUK-028";
  "QRN-YUK-031" -> "QRN-YUK-029";
  "QRN-LEP-001" -> "QRN-YUK-028";
  "QRN-LEP-001" -> "QRN-YUK-029";
  "QRN-LEP-001" -> "QRN-GAUGE-009";
  "QRN-LEP-002" -> "QRN-LEP-001";
  "QRN-LEP-003" -> "QRN-LEP-002";
  "QRN-LEP-004" -> "QRN-LEP-003";
  "QRN-LEP-005" -> "QRN-LEP-004";
  "QRN-META-019" -> "QRN-META-018";
  "QRN-META-019" -> "QRN-YUK-031";
  "QRN-META-019" -> "QRN-LEP-001";
  "QRN-META-019" -> "QRN-LEP-003";
  "QRN-META-019" -> "QRN-LEP-004";
  "QRN-META-019" -> "QRN-LEP-005";
  "QRN-GRAV-005" -> "QRN-C0-002";
  "QRN-GRAV-005" -> "QRN-GRAV-001";
  "QRN-GRAV-006" -> "QRN-GRAV-005";
  "QRN-GRAV-007" -> "QRN-GRAV-005";
  "QRN-GRAV-008" -> "QRN-GRAV-006";
  "QRN-GRAV-009" -> "QRN-GRAV-005";
  "QRN-GRAV-009" -> "QRN-QNEC-001";
  "QRN-GRAV-010" -> "QRN-GRAV-006";
  "QRN-GRAV-010" -> "QRN-GRAV-008";
  "QRN-GRAV-011" -> "QRN-GRAV-007";
  "QRN-META-020" -> "QRN-META-019";
  "QRN-META-020" -> "QRN-GRAV-005";
  "QRN-META-020" -> "QRN-GRAV-006";
  "QRN-META-020" -> "QRN-GRAV-007";
  "QRN-META-020" -> "QRN-GRAV-008";
  "QRN-META-020" -> "QRN-GRAV-009";
  "QRN-META-020" -> "QRN-GRAV-010";
  "QRN-META-020" -> "QRN-GRAV-011";
  "QRN-CORE-007" -> "QRN-CORE-006";
  "QRN-CORE-008" -> "QRN-CORE-006";
  "QRN-CORE-009" -> "QRN-CORE-006";
  "QRN-CORE-010" -> "QRN-CORE-006";
  "QRN-CORE-011" -> "QRN-CORE-010";
  "QRN-META-021" -> "QRN-META-020";
  "QRN-META-021" -> "QRN-CORE-006";
  "QRN-META-021" -> "QRN-CORE-007";
  "QRN-META-021" -> "QRN-CORE-008";
  "QRN-META-021" -> "QRN-CORE-009";
  "QRN-META-021" -> "QRN-CORE-010";
  "QRN-META-021" -> "QRN-CORE-011";
  "QRN-CORE-012" -> "QRN-CORE-006";
  "QRN-CORE-013" -> "QRN-CORE-006";
  "QRN-GRAV-012" -> "QRN-GRAV-005";
  "QRN-META-022" -> "QRN-META-021";
  "QRN-META-023" -> "QRN-META-022";
  "QRN-CORE-014" -> "QRN-CORE-011";
  "QRN-CORE-014" -> "QRN-GRAV-005";
  "QRN-GRAV-013" -> "QRN-GRAV-006";
  "QRN-GRAV-013" -> "QRN-GRAV-008";
  "QRN-GRAV-013" -> "QRN-GRAV-010";
  "QRN-GRAV-014" -> "QRN-GRAV-013";
  "QRN-GRAV-015" -> "QRN-GRAV-013";
  "QRN-GRAV-015" -> "QRN-GRAV-014";
  "QRN-GRAV-016" -> "QRN-GRAV-013";
  "QRN-GRAV-016" -> "QRN-GRAV-015";
  "QRN-GRAV-017" -> "QRN-GRAV-013";
  "QRN-GRAV-017" -> "QRN-GRAV-014";
  "QRN-GRAV-017" -> "QRN-GRAV-016";
  "QRN-GAUGE-019" -> "QRN-CORE-006";
  "QRN-GAUGE-019" -> "QRN-CORE-013";
  "QRN-META-024" -> "QRN-CORE-014";
  "QRN-META-024" -> "QRN-GRAV-013";
  "QRN-META-024" -> "QRN-GRAV-014";
  "QRN-META-024" -> "QRN-GRAV-015";
  "QRN-META-024" -> "QRN-GRAV-016";
  "QRN-META-024" -> "QRN-GRAV-017";
  "QRN-META-024" -> "QRN-GAUGE-019";
  "QRN-META-024" -> "QRN-META-023";
  "QRN-GRAV-018" -> "QRN-GRAV-017";
  "QRN-GRAV-019" -> "QRN-GRAV-017";
  "QRN-GRAV-019" -> "QRN-GRAV-018";
  "QRN-GRAV-020" -> "QRN-GRAV-018";
  "QRN-GRAV-020" -> "QRN-GRAV-019";
  "QRN-GRAV-021" -> "QRN-GRAV-017";
  "QRN-GRAV-021" -> "QRN-GRAV-020";
  "QRN-GRAV-022" -> "QRN-GRAV-021";
  "QRN-GRAV-023" -> "QRN-GRAV-018";
  "QRN-GRAV-023" -> "QRN-GRAV-022";
  "QRN-META-025" -> "QRN-GRAV-018";
  "QRN-META-025" -> "QRN-GRAV-019";
  "QRN-META-025" -> "QRN-GRAV-020";
  "QRN-META-025" -> "QRN-GRAV-021";
  "QRN-META-025" -> "QRN-GRAV-022";
  "QRN-META-025" -> "QRN-GRAV-023";
  "QRN-META-025" -> "QRN-META-024";
  "QRN-GRAV-025" -> "QRN-GRAV-024";
  "QRN-GRAV-026" -> "QRN-GRAV-025";
  "QRN-GRAV-027" -> "QRN-GRAV-025";
  "QRN-GRAV-027" -> "QRN-GRAV-026";
  "QRN-GRAV-028" -> "QRN-GRAV-025";
  "QRN-GRAV-029" -> "QRN-GRAV-024";
  "QRN-GRAV-029" -> "QRN-GRAV-025";
  "QRN-GRAV-029" -> "QRN-GRAV-026";
  "QRN-GRAV-029" -> "QRN-GRAV-027";
  "QRN-META-026" -> "QRN-GRAV-024";
  "QRN-META-026" -> "QRN-GRAV-025";
  "QRN-META-026" -> "QRN-GRAV-026";
  "QRN-META-026" -> "QRN-GRAV-027";
  "QRN-META-026" -> "QRN-GRAV-028";
  "QRN-META-026" -> "QRN-GRAV-029";
  "QRN-META-026" -> "QRN-META-025";
  "QRN-GRAV-030" -> "QRN-GRAV-025";
  "QRN-GRAV-030" -> "QRN-GRAV-026";
  "QRN-GRAV-030" -> "QRN-GRAV-027";
  "QRN-GRAV-031" -> "QRN-C0-007";
  "QRN-GRAV-032" -> "QRN-C0-007";
  "QRN-GRAV-032" -> "QRN-GRAV-031";
  "QRN-GRAV-033" -> "QRN-GRAV-030";
  "QRN-GRAV-033" -> "QRN-GRAV-031";
  "QRN-GRAV-033" -> "QRN-GRAV-032";
  "QRN-GRAV-034" -> "QRN-C0-007";
  "QRN-GRAV-034" -> "QRN-GRAV-031";
  "QRN-META-027" -> "QRN-C0-007";
  "QRN-META-027" -> "QRN-GRAV-030";
  "QRN-META-027" -> "QRN-GRAV-031";
  "QRN-META-027" -> "QRN-GRAV-032";
  "QRN-META-027" -> "QRN-GRAV-033";
  "QRN-META-027" -> "QRN-GRAV-034";
  "QRN-META-027" -> "QRN-META-026";
  "QRN-YUK-033" -> "QRN-YUK-002";
  "QRN-YUK-033" -> "QRN-YUK-007";
  "QRN-YUK-033" -> "QRN-YUK-019";
  "QRN-YUK-033" -> "QRN-YUK-020";
  "QRN-GRAV-036" -> "QRN-GRAV-035";
  "QRN-GRAV-037" -> "QRN-GRAV-035";
  "QRN-GRAV-037" -> "QRN-GRAV-036";
  "QRN-GRAV-038" -> "QRN-GRAV-036";
  "QRN-GRAV-038" -> "QRN-GRAV-037";
+   "QRN-GRAV-039" -> "QRN-GRAV-036";
+   "QRN-GRAV-039" -> "QRN-GRAV-037";
+   "QRN-GRAV-039" -> "QRN-GRAV-038";
}
